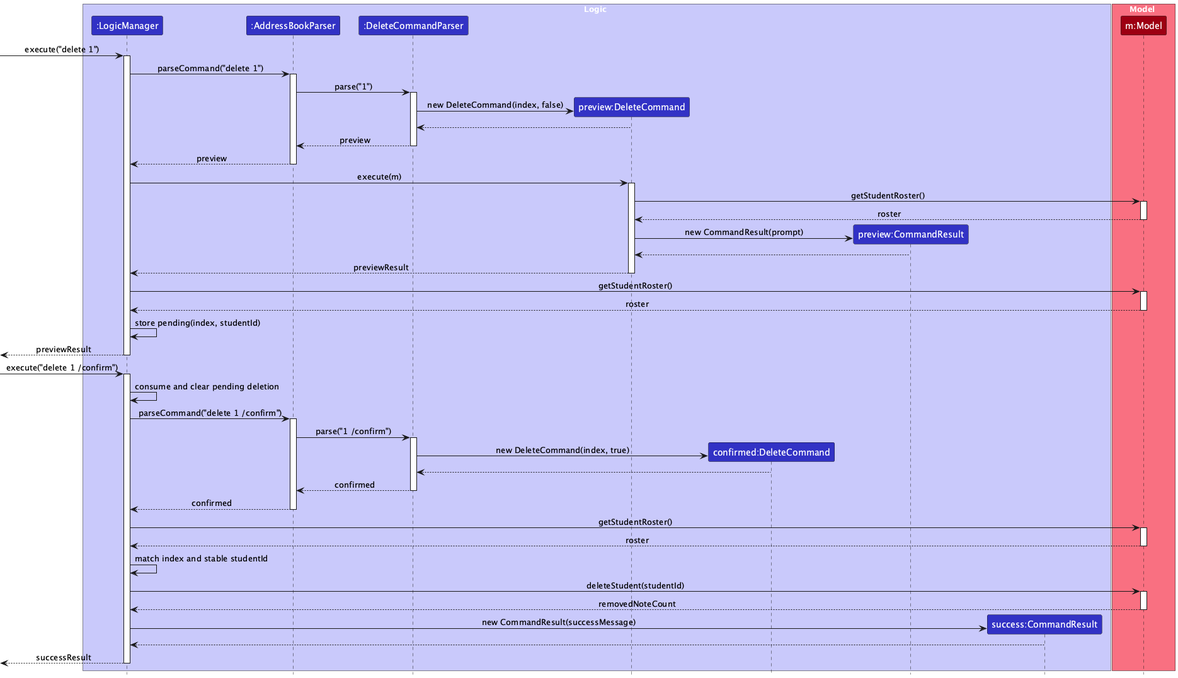
Earlier version of the PlantUML export docs/images/DeleteSequenceDiagram.png (AY2627S1-CS2103T-F09-1/tp).
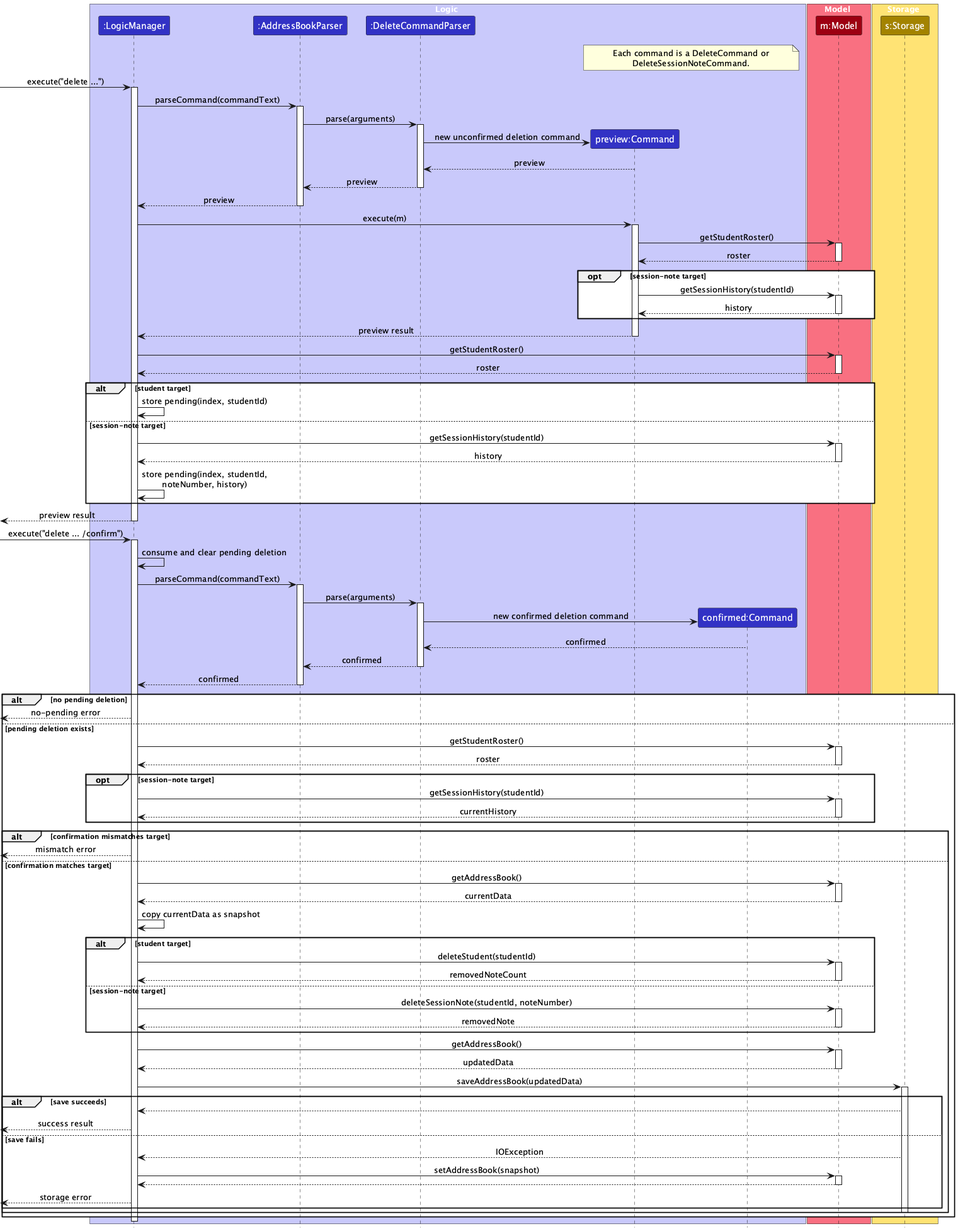
The same file after the commit.

Commit message:
Document confirmed deletion workflow

The Developer Guide describes only confirmed student deletion.
Individual session-note deletion now uses the same coordinator.

Revise the existing design and use case. Replace the sequence
diagram with shared pending-deletion, mismatch, and rollback paths.

Diff of the diagram source:
```diff
@@ -6,26 +6,33 @@
 participant ":LogicManager" as LogicManager LOGIC_COLOR
 participant ":AddressBookParser" as AddressBookParser LOGIC_COLOR
 participant ":DeleteCommandParser" as DeleteCommandParser LOGIC_COLOR
-participant "preview:DeleteCommand" as PreviewCommand LOGIC_COLOR
-participant "confirmed:DeleteCommand" as ConfirmedCommand LOGIC_COLOR
-participant "preview:CommandResult" as PreviewResult LOGIC_COLOR
-participant "success:CommandResult" as SuccessResult LOGIC_COLOR
+participant "preview:Command" as PreviewCommand LOGIC_COLOR
+participant "confirmed:Command" as ConfirmedCommand LOGIC_COLOR
 end box
 
 box Model MODEL_COLOR_T1
 participant "m:Model" as Model MODEL_COLOR
 end box
 
-[-> LogicManager : execute("delete 1")
+box Storage STORAGE_COLOR_T1
+participant "s:Storage" as Storage STORAGE_COLOR
+end box
+
+note over PreviewCommand, ConfirmedCommand
+Each command is a DeleteCommand or
+DeleteSessionNoteCommand.
+end note
+
+[-> LogicManager : execute("delete ...")
 activate LogicManager
 
-LogicManager -> AddressBookParser : parseCommand("delete 1")
+LogicManager -> AddressBookParser : parseCommand(commandText)
 activate AddressBookParser
-AddressBookParser -> DeleteCommandParser : parse("1")
+AddressBookParser -> DeleteCommandParser : parse(arguments)
 activate DeleteCommandParser
 create PreviewCommand
-DeleteCommandParser -> PreviewCommand : new DeleteCommand(index, false)
-PreviewCommand --> DeleteCommandParser
+DeleteCommandParser -> PreviewCommand : new unconfirmed deletion command
+PreviewCommand --> DeleteCommandParser : preview
 DeleteCommandParser --> AddressBookParser : preview
 deactivate DeleteCommandParser
 AddressBookParser --> LogicManager : preview
@@ -37,49 +44,102 @@
 activate Model
 Model --> PreviewCommand : roster
 deactivate Model
-create PreviewResult
-PreviewCommand -> PreviewResult : new CommandResult(prompt)
-PreviewResult --> PreviewCommand
-PreviewCommand --> LogicManager : previewResult
+opt session-note target
+    PreviewCommand -> Model : getSessionHistory(studentId)
+    activate Model
+    Model --> PreviewCommand : history
+    deactivate Model
+end
+PreviewCommand --> LogicManager : preview result
 deactivate PreviewCommand
+
 LogicManager -> Model : getStudentRoster()
 activate Model
 Model --> LogicManager : roster
 deactivate Model
-LogicManager -> LogicManager : store pending(index, studentId)
+alt student target
+    LogicManager -> LogicManager : store pending(index, studentId)
+else session-note target
+    LogicManager -> Model : getSessionHistory(studentId)
+    activate Model
+    Model --> LogicManager : history
+    deactivate Model
+    LogicManager -> LogicManager : store pending(index, studentId,\nnoteNumber, history)
+end
 
-[<-- LogicManager : previewResult
+[<-- LogicManager : preview result
 deactivate LogicManager
 
-[-> LogicManager : execute("delete 1 /confirm")
+[-> LogicManager : execute("delete ... /confirm")
 activate LogicManager
 LogicManager -> LogicManager : consume and clear pending deletion
 
-LogicManager -> AddressBookParser : parseCommand("delete 1 /confirm")
+LogicManager -> AddressBookParser : parseCommand(commandText)
 activate AddressBookParser
-AddressBookParser -> DeleteCommandParser : parse("1 /confirm")
+AddressBookParser -> DeleteCommandParser : parse(arguments)
 activate DeleteCommandParser
 create ConfirmedCommand
-DeleteCommandParser -> ConfirmedCommand : new DeleteCommand(index, true)
-ConfirmedCommand --> DeleteCommandParser
+DeleteCommandParser -> ConfirmedCommand : new confirmed deletion command
+ConfirmedCommand --> DeleteCommandParser : confirmed
 DeleteCommandParser --> AddressBookParser : confirmed
 deactivate DeleteCommandParser
 AddressBookParser --> LogicManager : confirmed
 deactivate AddressBookParser
 
-LogicManager -> Model : getStudentRoster()
-activate Model
-Model --> LogicManager : roster
-deactivate Model
-LogicManager -> LogicManager : match index and stable studentId
-LogicManager -> Model : deleteStudent(studentId)
-activate Model
-Model --> LogicManager : removedNoteCount
-deactivate Model
-create SuccessResult
-LogicManager -> SuccessResult : new CommandResult(successMessage)
-SuccessResult --> LogicManager
+alt no pending deletion
+    [<-- LogicManager : no-pending error
+else pending deletion exists
+    LogicManager -> Model : getStudentRoster()
+    activate Model
+    Model --> LogicManager : roster
+    deactivate Model
+    opt session-note target
+        LogicManager -> Model : getSessionHistory(studentId)
+        activate Model
+        Model --> LogicManager : currentHistory
+        deactivate Model
+    end
 
-[<-- LogicManager : successResult
+    alt confirmation mismatches target
+        [<-- LogicManager : mismatch error
+    else confirmation matches target
+        LogicManager -> Model : getAddressBook()
+        activate Model
+        Model --> LogicManager : currentData
+        deactivate Model
+        LogicManager -> LogicManager : copy currentData as snapshot
+
+        alt student target
+            LogicManager -> Model : deleteStudent(studentId)
+            activate Model
+            Model --> LogicManager : removedNoteCount
+            deactivate Model
+        else session-note target
+            LogicManager -> Model : deleteSessionNote(studentId, noteNumber)
+            activate Model
+            Model --> LogicManager : removedNote
+            deactivate Model
+        end
+
+        LogicManager -> Model : getAddressBook()
+        activate Model
+        Model --> LogicManager : updatedData
+        deactivate Model
+        LogicManager -> Storage : saveAddressBook(updatedData)
+        activate Storage
+        alt save succeeds
+            Storage --> LogicManager
+            [<-- LogicManager : success result
+        else save fails
+            Storage --> LogicManager : IOException
+            LogicManager -> Model : setAddressBook(snapshot)
+            activate Model
+            Model --> LogicManager
+            deactivate Model
+            [<-- LogicManager : storage error
+        end
+        deactivate Storage
+    end
+end
 deactivate LogicManager
 @enduml
```
